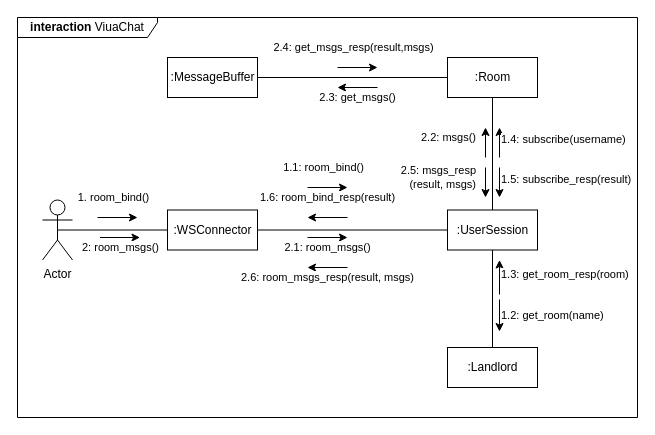
This is page "Copy of Strona-1" (3 of 5) of viuachat/diag/Diagram komunikacji.drawio from marekjm/inzynierka, a draw.io file, before an edit. Source tidied: cells renumbered, new cells numbered last; positions are measured from the earlier drawing's top-left corner, leaving out a move shared by most shapes. Both pictures are drawn from the tidied source at 100%, with x=0, y=0 at pixel (17, 17).
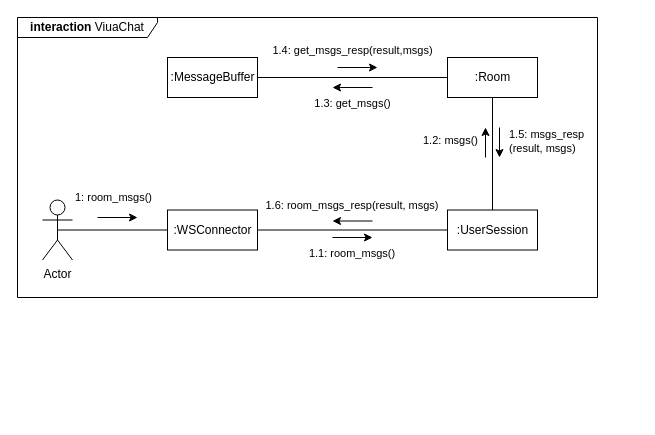
After the change.

Unchanged cells that the change refers to:
```xml
<mxCell id="15" value=":UserSession" style="html=1;" parent="1" vertex="1">
  <mxGeometry x="430" y="192.5" width="90" height="40" as="geometry" />
</mxCell>
```

The edit, as a diff of the source:
```diff
@@
     <mxCell id="2" value="&lt;b&gt;interaction &lt;/b&gt;ViuaChat" style="shape=umlFrame;whiteSpace=wrap;html=1;width=140;height=20;" parent="1" vertex="1">
-      <mxGeometry width="620" height="400" as="geometry" />
+      <mxGeometry width="580" height="280" as="geometry" />
     </mxCell>
@@
-    <mxCell id="7" value=":Landlord" style="html=1;" parent="1" vertex="1">
-      <mxGeometry x="430" y="330" width="90" height="40" as="geometry" />
-    </mxCell>
@@
-    <mxCell id="13" style="endArrow=none;html=1;" parent="1" edge="1" source="15" target="7">
-      <mxGeometry relative="1" as="geometry" />
-    </mxCell>
-    <mxCell id="14" value="1. room_bind()" style="endArrow=classic;html=1;align=center;" parent="1" edge="1">
+    <mxCell id="14" value="1: room_msgs()" style="endArrow=classic;html=1;align=center;" parent="1" edge="1">
       <mxGeometry x="-0.2" y="20" relative="1" as="geometry">
         <mxPoint x="80" y="200" as="sourcePoint" />
         <mxPoint x="120" y="200" as="targetPoint" />
       </mxGeometry>
     </mxCell>
@@
-    <mxCell id="17" value="1.1: room_bind()" style="endArrow=classic;html=1;align=center;" parent="1" edge="1">
-      <mxGeometry x="-0.2" y="20" relative="1" as="geometry">
-        <mxPoint x="290" y="170" as="sourcePoint" />
-        <mxPoint x="330" y="170" as="targetPoint" />
-      </mxGeometry>
-    </mxCell>
-    <mxCell id="18" value="1.6: room_bind_resp(result)" style="endArrow=none;html=1;align=center;endFill=0;startArrow=classic;startFill=1;" parent="1" edge="1">
+    <mxCell id="18" style="endArrow=none;html=1;align=center;endFill=0;startArrow=classic;startFill=1;" parent="1" edge="1">
       <mxGeometry y="20" relative="1" as="geometry">
-        <mxPoint x="290" y="200" as="sourcePoint" />
-        <mxPoint x="330" y="200" as="targetPoint" />
+        <mxPoint x="315" y="203.5" as="sourcePoint" />
+        <mxPoint x="355" y="203.5" as="targetPoint" />
       </mxGeometry>
     </mxCell>
-    <mxCell id="19" value="1.2: get_room(name)" style="endArrow=classic;html=1;align=left;" parent="1" edge="1">
-      <mxGeometry relative="1" as="geometry">
-        <mxPoint x="482" y="282" as="sourcePoint" />
-        <mxPoint x="482" y="314" as="targetPoint" />
-      </mxGeometry>
-    </mxCell>
-    <mxCell id="20" value="1.3: get_room_resp(room)" style="endArrow=none;html=1;align=left;endFill=0;startArrow=classic;startFill=1;" parent="1" edge="1">
-      <mxGeometry x="-0.17" relative="1" as="geometry">
-        <mxPoint x="482" y="242.5" as="sourcePoint" />
-        <mxPoint x="482" y="277" as="targetPoint" />
-      </mxGeometry>
-    </mxCell>
-    <mxCell id="21" value="1.4: subscribe(username)" style="endArrow=none;html=1;align=left;endFill=0;startArrow=classic;startFill=1;" parent="1" edge="1">
+    <mxCell id="21" style="endArrow=classic;html=1;align=left;endFill=1;startArrow=none;startFill=0;" parent="1" edge="1">
       <mxGeometry x="-0.17" relative="1" as="geometry">
         <mxPoint x="482" y="110" as="sourcePoint" />
         <mxPoint x="482" y="140" as="targetPoint" />
       </mxGeometry>
     </mxCell>
-    <mxCell id="22" value="1.5: subscribe_resp(result)" style="endArrow=classic;html=1;align=left;endFill=1;startArrow=none;startFill=0;" parent="1" edge="1">
-      <mxGeometry x="-0.17" relative="1" as="geometry">
-        <mxPoint x="482" y="150" as="sourcePoint" />
-        <mxPoint x="482" y="180" as="targetPoint" />
-      </mxGeometry>
-    </mxCell>
-    <mxCell id="23" value="2.1: room_msgs()" style="endArrow=classic;html=1;align=center;" parent="1" edge="1">
+    <mxCell id="23" style="endArrow=classic;html=1;align=center;" parent="1" edge="1">
       <mxGeometry y="-10" relative="1" as="geometry">
-        <mxPoint x="290" y="220" as="sourcePoint" />
-        <mxPoint x="330" y="220" as="targetPoint" />
+        <mxPoint x="315" y="220" as="sourcePoint" />
+        <mxPoint x="355" y="220" as="targetPoint" />
       </mxGeometry>
     </mxCell>
-    <mxCell id="24" value="2.6: room_msgs_resp(result, msgs)" style="endArrow=none;html=1;align=center;startArrow=classic;startFill=1;endFill=0;" parent="1" edge="1">
-      <mxGeometry y="-10" relative="1" as="geometry">
-        <mxPoint x="290" y="250" as="sourcePoint" />
-        <mxPoint x="330" y="250" as="targetPoint" />
-      </mxGeometry>
-    </mxCell>
-    <mxCell id="25" value="2.4: get_msgs_resp(result,msgs)" style="endArrow=classic;html=1;align=center;" parent="1" edge="1">
+    <mxCell id="25" style="endArrow=classic;html=1;align=center;" parent="1" edge="1">
       <mxGeometry x="-0.2" y="20" relative="1" as="geometry">
         <mxPoint x="320" y="50" as="sourcePoint" />
         <mxPoint x="360" y="50" as="targetPoint" />
       </mxGeometry>
     </mxCell>
-    <mxCell id="26" value="2.3: get_msgs()" style="endArrow=none;html=1;align=center;startArrow=classic;startFill=1;endFill=0;" parent="1" edge="1">
+    <mxCell id="26" style="endArrow=none;html=1;align=center;startArrow=classic;startFill=1;endFill=0;" parent="1" edge="1">
       <mxGeometry y="-10" relative="1" as="geometry">
-        <mxPoint x="320" y="70" as="sourcePoint" />
-        <mxPoint x="360" y="70" as="targetPoint" />
+        <mxPoint x="315" y="70" as="sourcePoint" />
+        <mxPoint x="355" y="70" as="targetPoint" />
       </mxGeometry>
     </mxCell>
-    <mxCell id="27" value="2: room_msgs()" style="endArrow=classic;html=1;align=center;" parent="1" edge="1">
-      <mxGeometry y="-10" relative="1" as="geometry">
-        <mxPoint x="82.5" y="220" as="sourcePoint" />
-        <mxPoint x="122.5" y="220" as="targetPoint" />
-      </mxGeometry>
-    </mxCell>
-    <mxCell id="28" value="2.2: msgs()" style="endArrow=none;html=1;align=right;endFill=0;startArrow=classic;startFill=1;" parent="1" edge="1">
+    <mxCell id="28" style="endArrow=none;html=1;align=right;endFill=0;startArrow=classic;startFill=1;" parent="1" edge="1">
       <mxGeometry x="-0.33" y="-8" relative="1" as="geometry">
         <mxPoint x="468" y="110" as="sourcePoint" />
         <mxPoint x="468" y="140" as="targetPoint" />
       </mxGeometry>
     </mxCell>
-    <mxCell id="29" value="2.5: msgs_resp&lt;br&gt;(result, msgs)" style="endArrow=classic;html=1;align=right;endFill=1;startArrow=none;startFill=0;" parent="1" edge="1">
-      <mxGeometry x="-0.33" y="-8" relative="1" as="geometry">
-        <mxPoint x="468" y="150" as="sourcePoint" />
-        <mxPoint x="468" y="180" as="targetPoint" />
-      </mxGeometry>
-    </mxCell>
+    <mxCell id="30" value="&lt;span&gt;1.1: room_msgs()&lt;/span&gt;" style="text;html=1;strokeColor=none;fillColor=none;align=center;verticalAlign=middle;whiteSpace=wrap;rounded=0;fontSize=11;" parent="1" vertex="1">
+      <mxGeometry x="275" y="225.5" width="120" height="20" as="geometry" />
+    </mxCell>
+    <mxCell id="31" value="&lt;span&gt;1.6: room_msgs_resp(result, msgs)&lt;/span&gt;&lt;br&gt;" style="text;html=1;strokeColor=none;fillColor=none;align=center;verticalAlign=middle;whiteSpace=wrap;rounded=0;fontSize=11;" parent="1" vertex="1">
+      <mxGeometry x="245" y="177.5" width="180" height="20" as="geometry" />
+    </mxCell>
+    <mxCell id="32" value="&lt;span&gt;1.2: msgs()&lt;/span&gt;&lt;br&gt;" style="text;html=1;strokeColor=none;fillColor=none;align=right;verticalAlign=middle;whiteSpace=wrap;rounded=0;fontSize=11;" parent="1" vertex="1">
+      <mxGeometry x="343" y="113.4" width="120" height="20" as="geometry" />
+    </mxCell>
+    <mxCell id="33" value="&lt;span&gt;1.5: msgs_resp&lt;/span&gt;&lt;br&gt;&lt;span&gt;(result, msgs)&lt;/span&gt;&lt;br&gt;" style="text;html=1;strokeColor=none;fillColor=none;align=left;verticalAlign=middle;whiteSpace=wrap;rounded=0;fontSize=11;" parent="1" vertex="1">
+      <mxGeometry x="490" y="114" width="80" height="20" as="geometry" />
+    </mxCell>
+    <mxCell id="34" value="&lt;span&gt;1.4: get_msgs_resp(result,msgs)&lt;/span&gt;&lt;br&gt;" style="text;html=1;strokeColor=none;fillColor=none;align=center;verticalAlign=middle;whiteSpace=wrap;rounded=0;fontSize=11;" parent="1" vertex="1">
+      <mxGeometry x="247.5" y="23" width="175" height="20" as="geometry" />
+    </mxCell>
+    <mxCell id="35" value="&lt;span&gt;1.3: get_msgs()&lt;/span&gt;&lt;br&gt;" style="text;html=1;strokeColor=none;fillColor=none;align=center;verticalAlign=middle;whiteSpace=wrap;rounded=0;fontSize=11;" parent="1" vertex="1">
+      <mxGeometry x="292.5" y="75.5" width="85" height="20" as="geometry" />
+    </mxCell>
```
